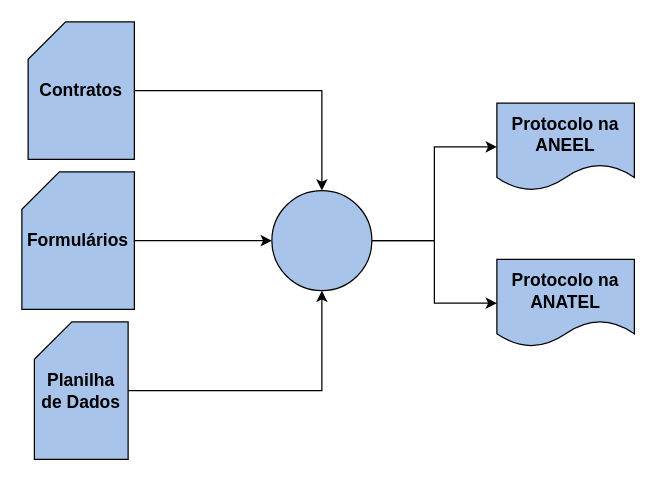
This is Diagrama sem nome.drawio from lguedes-git/drawio, a draw.io file, before an edit. Source tidied: cells renumbered, new cells numbered last; positions are measured from the earlier drawing's top-left corner, leaving out a move shared by most shapes. Both pictures are drawn from the tidied source at 125%, with x=0, y=0 at pixel (21, 21).
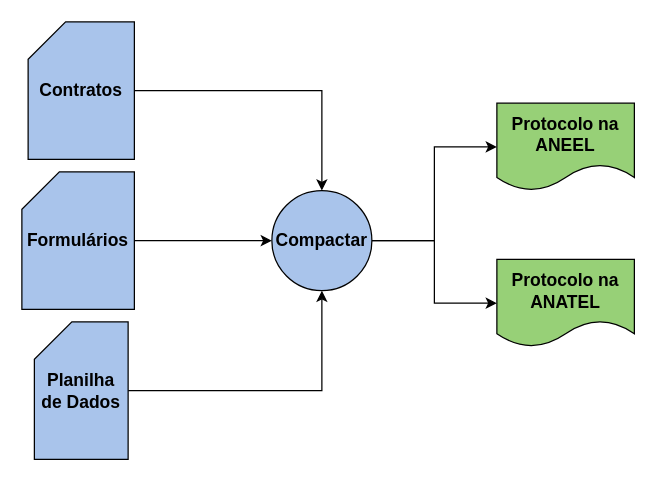
The same page after the edit.

Change to the diagram source:
```diff
@@
 <mxGraphModel>
   <root>
     <mxCell id="0" />
     <mxCell id="1" parent="0" />
-    <mxCell id="2" value="&lt;b&gt;&lt;font style=&quot;font-size: 14px;&quot;&gt;Protocolo na ANEEL&lt;br&gt;&lt;/font&gt;&lt;/b&gt;" style="shape=document;whiteSpace=wrap;html=1;boundedLbl=1;fillColor=#A9C4EB;" parent="1" vertex="1">
+    <mxCell id="2" value="&lt;b&gt;&lt;font style=&quot;font-size: 14px;&quot;&gt;Protocolo na ANEEL&lt;br&gt;&lt;/font&gt;&lt;/b&gt;" style="shape=document;whiteSpace=wrap;html=1;boundedLbl=1;fillColor=#97D077;" parent="1" vertex="1">
       <mxGeometry x="380" y="65" width="110" height="70" as="geometry" />
     </mxCell>
     <mxCell id="3" style="edgeStyle=orthogonalEdgeStyle;rounded=0;jettySize=auto;html=1;fontSize=14;" parent="1" edge="1" source="4" target="12">
       <mxGeometry relative="1" as="geometry" />
     </mxCell>
     <mxCell id="4" value="&lt;b&gt;Contratos&lt;/b&gt;" style="shape=card;whiteSpace=wrap;html=1;fontSize=14;fillColor=#A9C4EB;" parent="1" vertex="1">
       <mxGeometry x="5" width="85" height="110" as="geometry" />
     </mxCell>
     <mxCell id="5" style="edgeStyle=orthogonalEdgeStyle;rounded=0;jettySize=auto;html=1;fontSize=14;" parent="1" edge="1" source="6" target="12">
       <mxGeometry relative="1" as="geometry" />
     </mxCell>
     <mxCell id="6" value="&lt;b&gt;Formulários&lt;/b&gt;" style="shape=card;whiteSpace=wrap;html=1;fontSize=14;fillColor=#A9C4EB;" parent="1" vertex="1">
       <mxGeometry y="120" width="90" height="110" as="geometry" />
     </mxCell>
     <mxCell id="7" style="edgeStyle=orthogonalEdgeStyle;rounded=0;jettySize=auto;html=1;entryX=0.5;entryY=1;entryDx=0;entryDy=0;fontSize=14;" parent="1" edge="1" source="8" target="12">
       <mxGeometry relative="1" as="geometry" />
     </mxCell>
     <mxCell id="8" value="&lt;b&gt;Planilha de Dados&lt;/b&gt;" style="shape=card;whiteSpace=wrap;html=1;fontSize=14;fillColor=#A9C4EB;" parent="1" vertex="1">
       <mxGeometry x="10" y="240" width="75" height="110" as="geometry" />
     </mxCell>
-    <mxCell id="9" value="&lt;b&gt;&lt;font style=&quot;font-size: 14px;&quot;&gt;Protocolo na ANATEL&lt;br&gt;&lt;/font&gt;&lt;/b&gt;" style="shape=document;whiteSpace=wrap;html=1;boundedLbl=1;fillColor=#A9C4EB;" parent="1" vertex="1">
+    <mxCell id="9" value="&lt;b&gt;&lt;font style=&quot;font-size: 14px;&quot;&gt;Protocolo na ANATEL&lt;br&gt;&lt;/font&gt;&lt;/b&gt;" style="shape=document;whiteSpace=wrap;html=1;boundedLbl=1;fillColor=#97D077;" parent="1" vertex="1">
       <mxGeometry x="380" y="190" width="110" height="70" as="geometry" />
     </mxCell>
     <mxCell id="10" style="edgeStyle=orthogonalEdgeStyle;rounded=0;jettySize=auto;html=1;fontSize=14;" parent="1" edge="1" source="12" target="2">
       <mxGeometry relative="1" as="geometry" />
     </mxCell>
     <mxCell id="11" style="edgeStyle=orthogonalEdgeStyle;rounded=0;jettySize=auto;html=1;fontSize=14;" parent="1" edge="1" source="12" target="9">
       <mxGeometry relative="1" as="geometry" />
     </mxCell>
-    <mxCell id="12" style="ellipse;whiteSpace=wrap;html=1;fontSize=14;fillColor=#A9C4EB;" parent="1" vertex="1">
+    <mxCell id="12" value="&lt;b&gt;Compactar&lt;/b&gt;" style="ellipse;whiteSpace=wrap;html=1;fontSize=14;fillColor=#A9C4EB;" parent="1" vertex="1">
       <mxGeometry x="200" y="135" width="80" height="80" as="geometry" />
     </mxCell>
   </root>
 </mxGraphModel>
```
